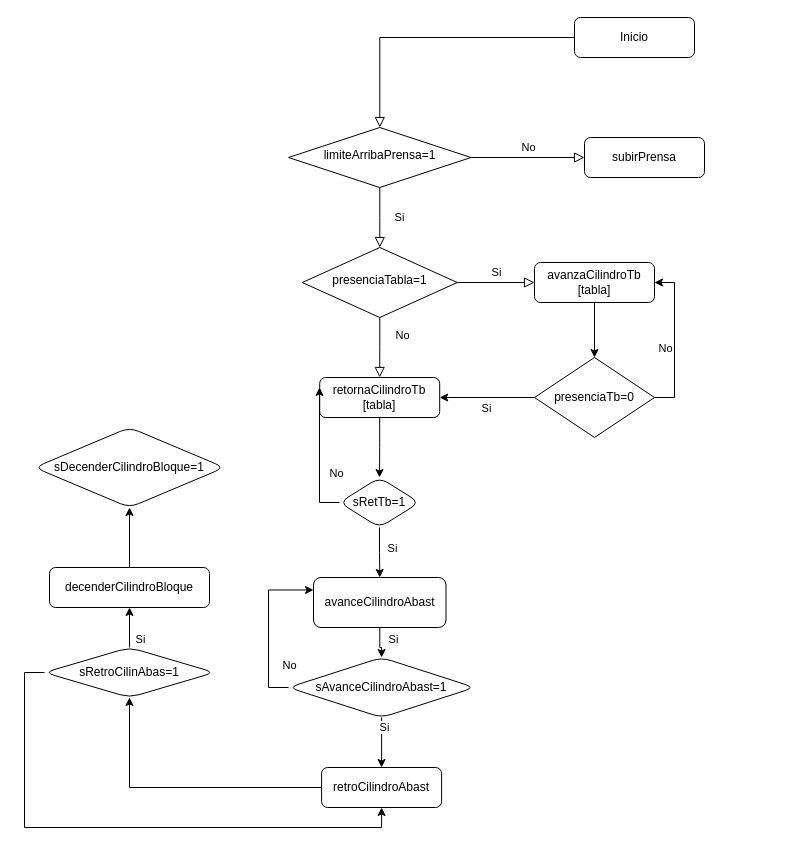
david-gmz/PLC-Dosser-Press keeps this draw.io diagram as prensa.drawio. Above is the earlier version. Source tidied: cells renumbered, new cells numbered last; positions are measured from the earlier drawing's top-left corner, leaving out a move shared by most shapes. Both pictures are drawn from the tidied source at 100%, with x=0, y=0 at pixel (34, 17).
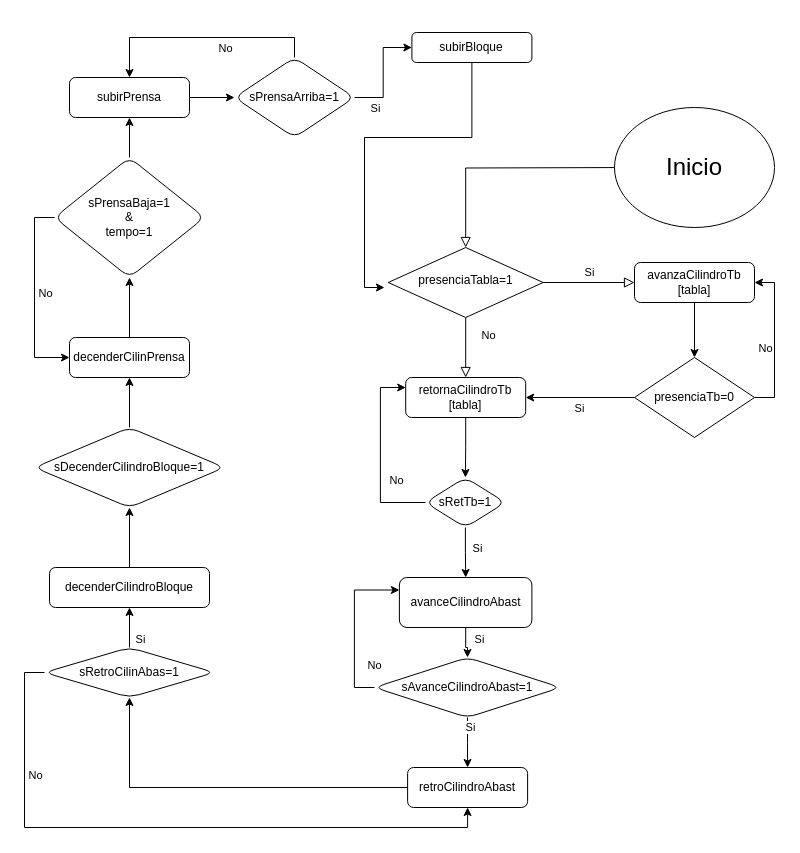
The same diagram, later.

The change refers to these unchanged cells:
```xml
<mxCell id="37" style="edgeStyle=orthogonalEdgeStyle;rounded=0;jettySize=auto;html=1;exitX=0;exitY=0.5;exitDx=0;exitDy=0;entryX=0.5;entryY=1;entryDx=0;entryDy=0;" parent="1" edge="1" source="38" target="34">
  <mxGeometry relative="1" as="geometry" />
</mxCell>
<mxCell id="41" value="sDecenderCilindroBloque=1" style="rhombus;whiteSpace=wrap;html=1;rounded=1;glass=0;strokeWidth=1;shadow=0;" parent="1" vertex="1">
  <mxGeometry y="410" width="190" height="80" as="geometry" />
</mxCell>
```

Diff of the diagram source:
```diff
@@
-    <mxCell id="2" style="rounded=0;html=1;jettySize=auto;fontSize=11;endArrow=block;endFill=0;endSize=8;strokeWidth=1;shadow=0;labelBackgroundColor=none;edgeStyle=orthogonalEdgeStyle;" parent="1" edge="1" source="3" target="6">
-      <mxGeometry relative="1" as="geometry" />
+    <mxCell id="2" style="rounded=0;html=1;jettySize=auto;fontSize=11;endArrow=block;endFill=0;endSize=8;strokeWidth=1;shadow=0;labelBackgroundColor=none;edgeStyle=orthogonalEdgeStyle;entryX=0.5;entryY=0;entryDx=0;entryDy=0;" parent="1" edge="1" target="10">
+      <mxGeometry relative="1" as="geometry">
+        <mxPoint x="600" y="150" as="sourcePoint" />
+      </mxGeometry>
     </mxCell>
-    <mxCell id="3" value="Inicio" style="rounded=1;whiteSpace=wrap;html=1;fontSize=12;glass=0;strokeWidth=1;shadow=0;" parent="1" vertex="1">
-      <mxGeometry x="540" width="120" height="40" as="geometry" />
-    </mxCell>
-    <mxCell id="4" value="Si" style="rounded=0;html=1;jettySize=auto;fontSize=11;endArrow=block;endFill=0;endSize=8;strokeWidth=1;shadow=0;labelBackgroundColor=none;edgeStyle=orthogonalEdgeStyle;" parent="1" edge="1" source="6" target="10">
-      <mxGeometry y="20" relative="1" as="geometry" />
-    </mxCell>
-    <mxCell id="5" value="No" style="edgeStyle=orthogonalEdgeStyle;rounded=0;html=1;jettySize=auto;fontSize=11;endArrow=block;endFill=0;endSize=8;strokeWidth=1;shadow=0;labelBackgroundColor=none;" parent="1" edge="1" source="6" target="7">
-      <mxGeometry y="10" relative="1" as="geometry" />
-    </mxCell>
-    <mxCell id="6" value="limiteArribaPrensa=1" style="rhombus;whiteSpace=wrap;html=1;shadow=0;fontFamily=Helvetica;fontSize=12;align=center;strokeWidth=1;spacing=6;spacingTop=-4;" parent="1" vertex="1">
-      <mxGeometry x="254" y="110" width="182.5" height="60" as="geometry" />
-    </mxCell>
-    <mxCell id="7" value="subirPrensa" style="rounded=1;whiteSpace=wrap;html=1;fontSize=12;glass=0;strokeWidth=1;shadow=0;" parent="1" vertex="1">
-      <mxGeometry x="550" y="120" width="120" height="40" as="geometry" />
-    </mxCell>
@@
     <mxCell id="10" value="presenciaTabla=1" style="rhombus;whiteSpace=wrap;html=1;shadow=0;fontFamily=Helvetica;fontSize=12;align=center;strokeWidth=1;spacing=6;spacingTop=-4;" parent="1" vertex="1">
-      <mxGeometry x="267.8" y="230" width="155" height="70" as="geometry" />
+      <mxGeometry x="353.7" y="230" width="155" height="70" as="geometry" />
     </mxCell>
@@
     <mxCell id="12" value="retornaCilindroTb&lt;br&gt;[tabla]" style="rounded=1;whiteSpace=wrap;html=1;fontSize=12;glass=0;strokeWidth=1;shadow=0;" parent="1" vertex="1">
-      <mxGeometry x="285.2" y="360" width="120" height="40" as="geometry" />
+      <mxGeometry x="371.2" y="360" width="120" height="40" as="geometry" />
     </mxCell>
@@
     <mxCell id="14" value="avanzaCilindroTb&lt;br&gt;[tabla]" style="rounded=1;whiteSpace=wrap;html=1;fontSize=12;glass=0;strokeWidth=1;shadow=0;" parent="1" vertex="1">
-      <mxGeometry x="500" y="245" width="120" height="40" as="geometry" />
+      <mxGeometry x="600" y="245" width="120" height="40" as="geometry" />
     </mxCell>
@@
     <mxCell id="19" value="presenciaTb=0" style="rhombus;whiteSpace=wrap;html=1;" parent="1" vertex="1">
-      <mxGeometry x="500" y="340" width="120" height="80" as="geometry" />
+      <mxGeometry x="600" y="340" width="120" height="80" as="geometry" />
     </mxCell>
@@
     <mxCell id="22" style="edgeStyle=orthogonalEdgeStyle;rounded=0;jettySize=auto;html=1;exitX=0;exitY=0.5;exitDx=0;exitDy=0;entryX=0;entryY=0.25;entryDx=0;entryDy=0;" parent="1" edge="1" source="24" target="12">
-      <mxGeometry relative="1" as="geometry" />
+      <mxGeometry relative="1" as="geometry">
+        <Array as="points">
+          <mxPoint x="345.9" y="485" />
+          <mxPoint x="345.9" y="370" />
+        </Array>
+      </mxGeometry>
     </mxCell>
@@
     <mxCell id="24" value="sRetTb=1" style="rhombus;whiteSpace=wrap;html=1;rounded=1;glass=0;strokeWidth=1;shadow=0;" parent="1" vertex="1">
-      <mxGeometry x="305" y="460" width="80" height="50" as="geometry" />
+      <mxGeometry x="390.9" y="460" width="80" height="50" as="geometry" />
     </mxCell>
@@
     <mxCell id="27" value="avanceCilindroAbast" style="whiteSpace=wrap;html=1;rounded=1;glass=0;strokeWidth=1;shadow=0;" parent="1" vertex="1">
-      <mxGeometry x="279" y="560" width="132.5" height="50" as="geometry" />
+      <mxGeometry x="364.9" y="560" width="132.5" height="50" as="geometry" />
     </mxCell>
@@
     <mxCell id="32" value="sAvanceCilindroAbast=1" style="rhombus;whiteSpace=wrap;html=1;rounded=1;glass=0;strokeWidth=1;shadow=0;" parent="1" vertex="1">
-      <mxGeometry x="254" y="640" width="186.2" height="60" as="geometry" />
+      <mxGeometry x="339.9" y="640" width="186.2" height="60" as="geometry" />
     </mxCell>
@@
     <mxCell id="34" value="retroCilindroAbast" style="whiteSpace=wrap;html=1;rounded=1;glass=0;strokeWidth=1;shadow=0;" parent="1" vertex="1">
-      <mxGeometry x="287.1" y="750" width="120" height="40" as="geometry" />
+      <mxGeometry x="373.1" y="750" width="120" height="40" as="geometry" />
     </mxCell>
@@
+    <mxCell id="42" value="No" style="edgeLabel;html=1;align=center;verticalAlign=middle;" parent="37" vertex="1">
+      <mxGeometry x="-0.63" y="3" relative="1" as="geometry">
+        <mxPoint x="7" y="4" as="offset" />
+      </mxGeometry>
+    </mxCell>
@@
+    <mxCell id="43" style="edgeStyle=orthogonalEdgeStyle;rounded=0;jettySize=auto;html=1;" parent="1" edge="1" source="41" target="45">
+      <mxGeometry relative="1" as="geometry" />
+    </mxCell>
@@
+    <mxCell id="44" style="edgeStyle=orthogonalEdgeStyle;rounded=0;jettySize=auto;html=1;" parent="1" edge="1" source="45" target="49">
+      <mxGeometry relative="1" as="geometry" />
+    </mxCell>
+    <mxCell id="45" value="decenderCilinPrensa" style="whiteSpace=wrap;html=1;rounded=1;glass=0;strokeWidth=1;shadow=0;" parent="1" vertex="1">
+      <mxGeometry x="35" y="320" width="120" height="40" as="geometry" />
+    </mxCell>
+    <mxCell id="46" style="edgeStyle=orthogonalEdgeStyle;rounded=0;jettySize=auto;html=1;entryX=0;entryY=0.5;entryDx=0;entryDy=0;exitX=0;exitY=0.5;exitDx=0;exitDy=0;" parent="1" edge="1" source="49" target="45">
+      <mxGeometry relative="1" as="geometry" />
+    </mxCell>
+    <mxCell id="47" value="No" style="edgeLabel;html=1;align=center;verticalAlign=middle;" parent="46" vertex="1">
+      <mxGeometry x="-0.03" y="-2" relative="1" as="geometry">
+        <mxPoint x="12" as="offset" />
+      </mxGeometry>
+    </mxCell>
+    <mxCell id="48" style="edgeStyle=orthogonalEdgeStyle;rounded=0;jettySize=auto;html=1;" parent="1" edge="1" source="49" target="7">
+      <mxGeometry relative="1" as="geometry" />
+    </mxCell>
+    <mxCell id="49" value="sPrensaBaja=1&lt;br&gt;&amp;amp;&lt;br&gt;tempo=1" style="rhombus;whiteSpace=wrap;html=1;rounded=1;glass=0;strokeWidth=1;shadow=0;" parent="1" vertex="1">
+      <mxGeometry x="20" y="140" width="150" height="120" as="geometry" />
+    </mxCell>
+    <mxCell id="50" style="edgeStyle=orthogonalEdgeStyle;rounded=0;jettySize=auto;html=1;" parent="1" edge="1" source="7" target="54">
+      <mxGeometry relative="1" as="geometry" />
+    </mxCell>
+    <mxCell id="7" value="subirPrensa" style="whiteSpace=wrap;html=1;rounded=1;glass=0;strokeWidth=1;shadow=0;" parent="1" vertex="1">
+      <mxGeometry x="35" y="60" width="120" height="40" as="geometry" />
+    </mxCell>
+    <mxCell id="51" style="edgeStyle=orthogonalEdgeStyle;rounded=0;jettySize=auto;html=1;" parent="1" edge="1" source="54" target="56">
+      <mxGeometry relative="1" as="geometry" />
+    </mxCell>
+    <mxCell id="4" value="Si" style="edgeLabel;html=1;align=center;verticalAlign=middle;" parent="51" vertex="1">
+      <mxGeometry x="-0.69" relative="1" as="geometry">
+        <mxPoint x="3" y="10" as="offset" />
+      </mxGeometry>
+    </mxCell>
+    <mxCell id="52" style="edgeStyle=orthogonalEdgeStyle;rounded=0;jettySize=auto;html=1;exitX=0.5;exitY=0;exitDx=0;exitDy=0;entryX=0.5;entryY=0;entryDx=0;entryDy=0;" parent="1" edge="1" source="54" target="7">
+      <mxGeometry relative="1" as="geometry" />
+    </mxCell>
+    <mxCell id="53" value="No" style="edgeLabel;html=1;align=center;verticalAlign=middle;" parent="52" vertex="1">
+      <mxGeometry x="-0.16" y="1" relative="1" as="geometry">
+        <mxPoint x="5" y="9" as="offset" />
+      </mxGeometry>
+    </mxCell>
+    <mxCell id="54" value="sPrensaArriba=1" style="rhombus;whiteSpace=wrap;html=1;rounded=1;glass=0;strokeWidth=1;shadow=0;" parent="1" vertex="1">
+      <mxGeometry x="200" y="40" width="120" height="80" as="geometry" />
+    </mxCell>
+    <mxCell id="55" style="edgeStyle=orthogonalEdgeStyle;rounded=0;jettySize=auto;html=1;exitX=0.5;exitY=1;exitDx=0;exitDy=0;" parent="1" edge="1" source="56">
+      <mxGeometry relative="1" as="geometry">
+        <mxPoint x="350" y="270" as="targetPoint" />
+        <Array as="points">
+          <mxPoint x="437" y="120" />
+          <mxPoint x="330" y="120" />
+          <mxPoint x="330" y="270" />
+        </Array>
+      </mxGeometry>
+    </mxCell>
+    <mxCell id="56" value="subirBloque" style="whiteSpace=wrap;html=1;rounded=1;glass=0;strokeWidth=1;shadow=0;" parent="1" vertex="1">
+      <mxGeometry x="377.4" y="15" width="120" height="30" as="geometry" />
+    </mxCell>
+    <mxCell id="3" value="&lt;font style=&quot;font-size: 24px;&quot;&gt;Inicio&lt;/font&gt;" style="ellipse;whiteSpace=wrap;html=1;" parent="1" vertex="1">
+      <mxGeometry x="580" y="90" width="160" height="120" as="geometry" />
+    </mxCell>
```
